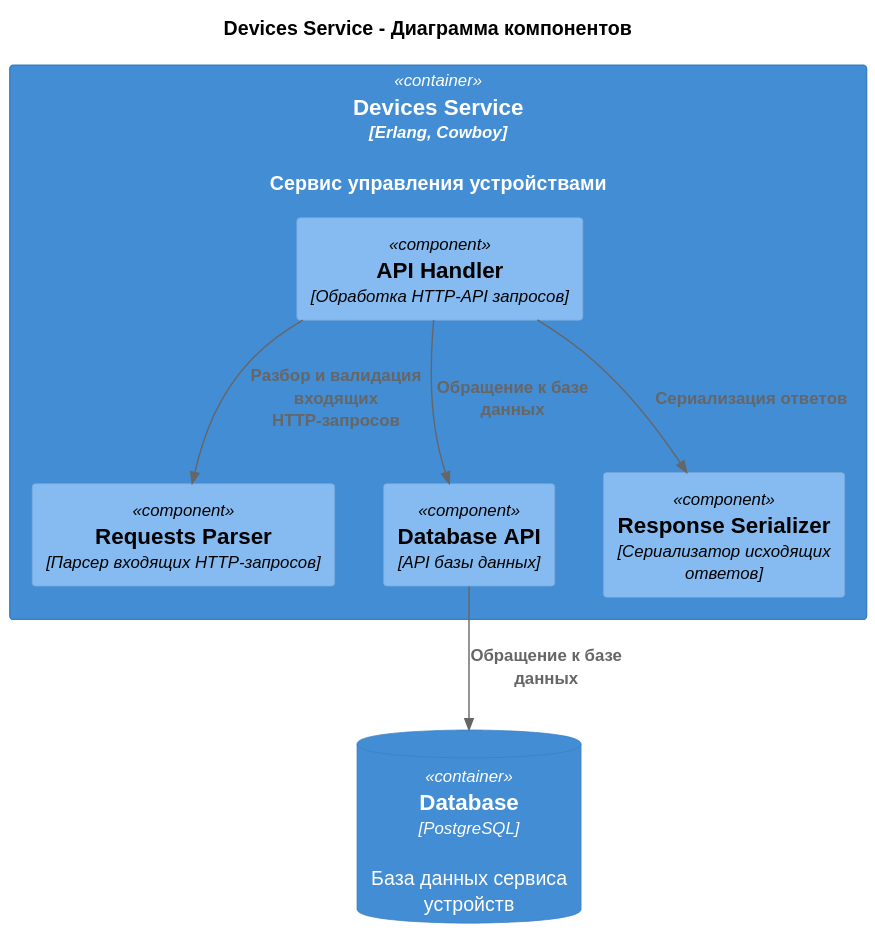
snakeduse/architecture-sprint-3 keeps this PlantUML diagram as diagrams/images/DevicesServiceComponents.svg. Above is the earlier version. The source it was exported from:
```plantuml
@startuml
title Devices Service - Диаграмма компонентов

top to bottom direction

!include ./c4_source/C4_Component.puml

Container(devices_service, "Devices Service", "Erlang, Cowboy", "Сервис управления устройствами") {
  Component(api_handler, "API Handler", "Обработка HTTP-API запросов")
  Component(requests_parser, "Requests Parser", "Парсер входящих HTTP-запросов")
  Component(db_layer, "Database API", "API базы данных")
  Component(response_serializer, "Response Serializer", "Сериализатор исходящих ответов")
}

ContainerDb(db, "Database", "PostgreSQL", "База данных сервиса устройств")

Rel(api_handler, requests_parser, "Разбор и валидация входящих HTTP-запросов")
Rel(api_handler, db_layer, "Обращение к базе данных")
Rel(api_handler, response_serializer, "Сериализация ответов")
Rel(db_layer, db, "Обращение к базе данных")
@enduml
```
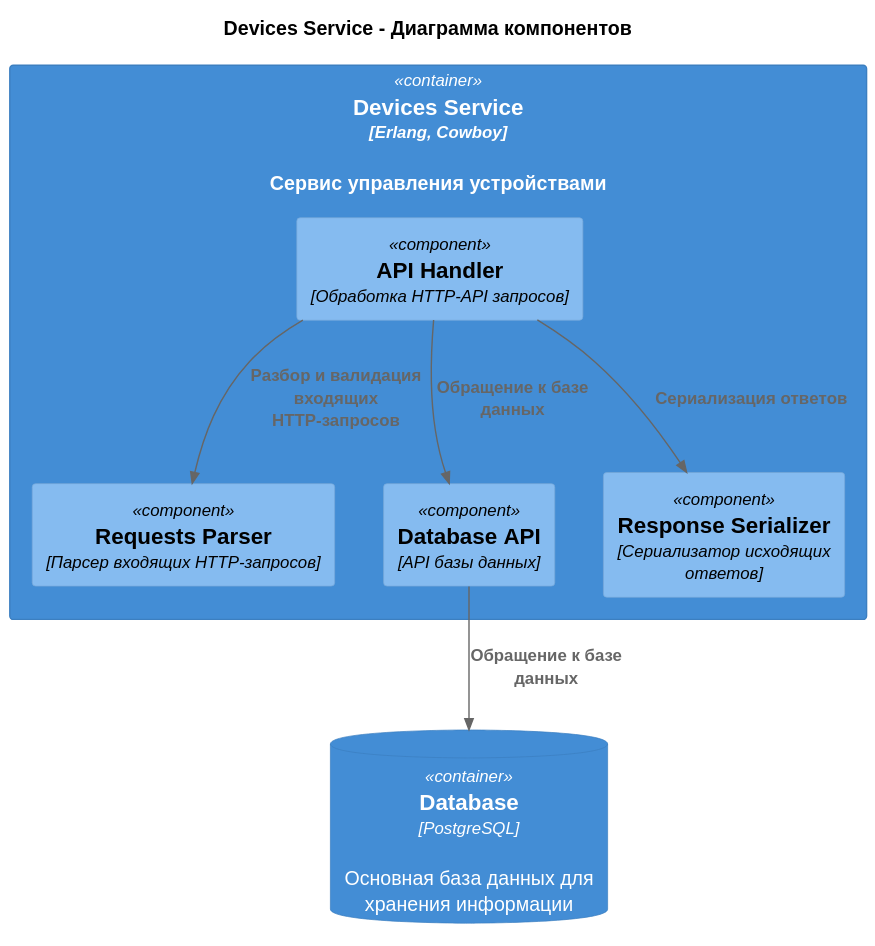
Later version of the same file.

Commit message:
docs: Обновил БД на диаграммах компонентов

The edit, as a diff of the source:
```diff
@@ -12,7 +12,7 @@
   Component(response_serializer, "Response Serializer", "Сериализатор исходящих ответов")
 }
 
-ContainerDb(db, "Database", "PostgreSQL", "База данных сервиса устройств")
+ContainerDb(db, "Database", "PostgreSQL", "Основная база данных для хранения информации")
 
 Rel(api_handler, requests_parser, "Разбор и валидация входящих HTTP-запросов")
 Rel(api_handler, db_layer, "Обращение к базе данных")
```
